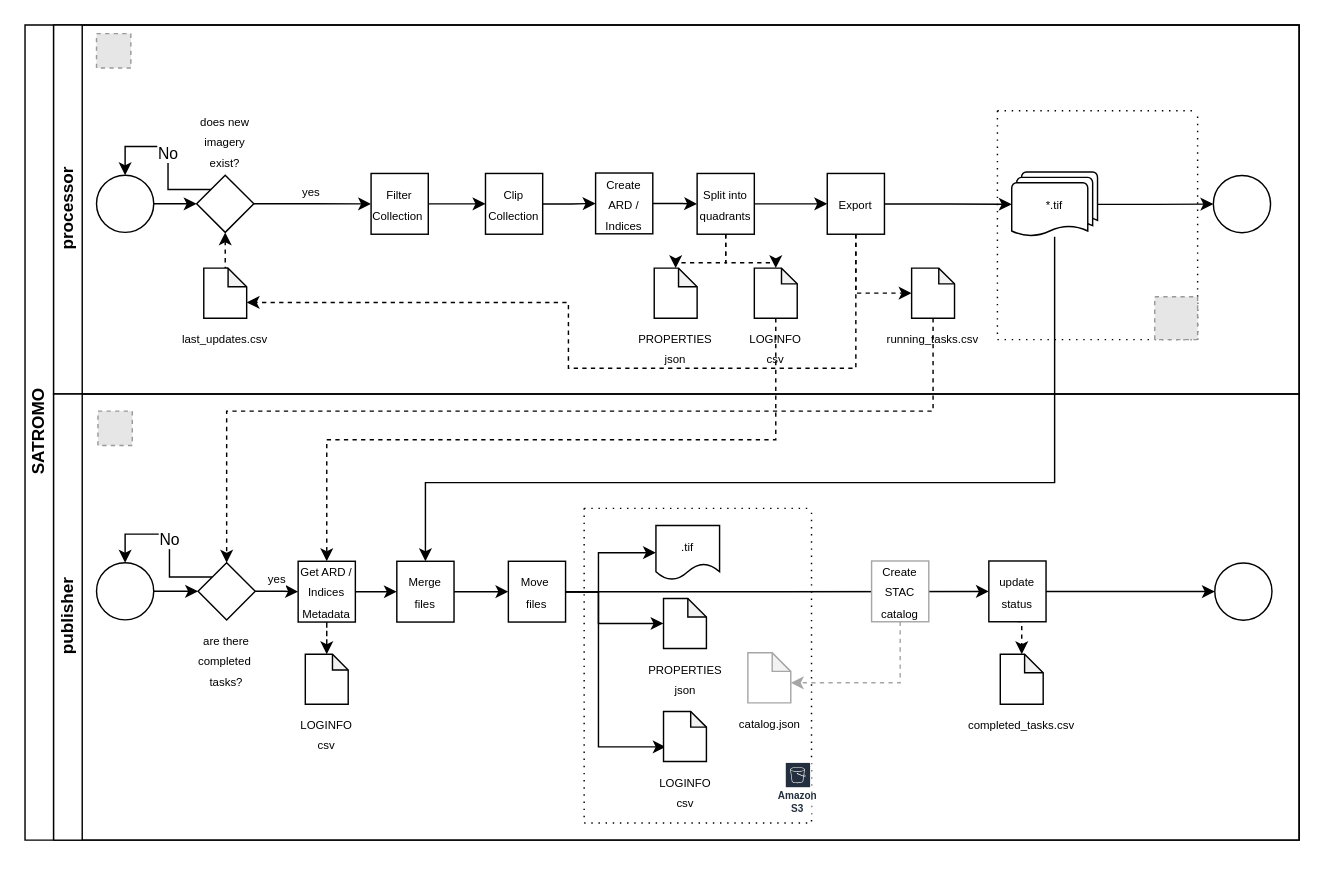
Above: satromo_processor.drawio in swisstopo/topo-satromo (draw.io), before the change. Source tidied: cells renumbered, new cells numbered last; positions are measured from the earlier drawing's top-left corner, leaving out a move shared by most shapes. Both pictures are drawn from the tidied source at 143%, with x=0, y=0 at pixel (24, 24). Pictures stored in the file or linked from it are replaced by grey dashed boxes.
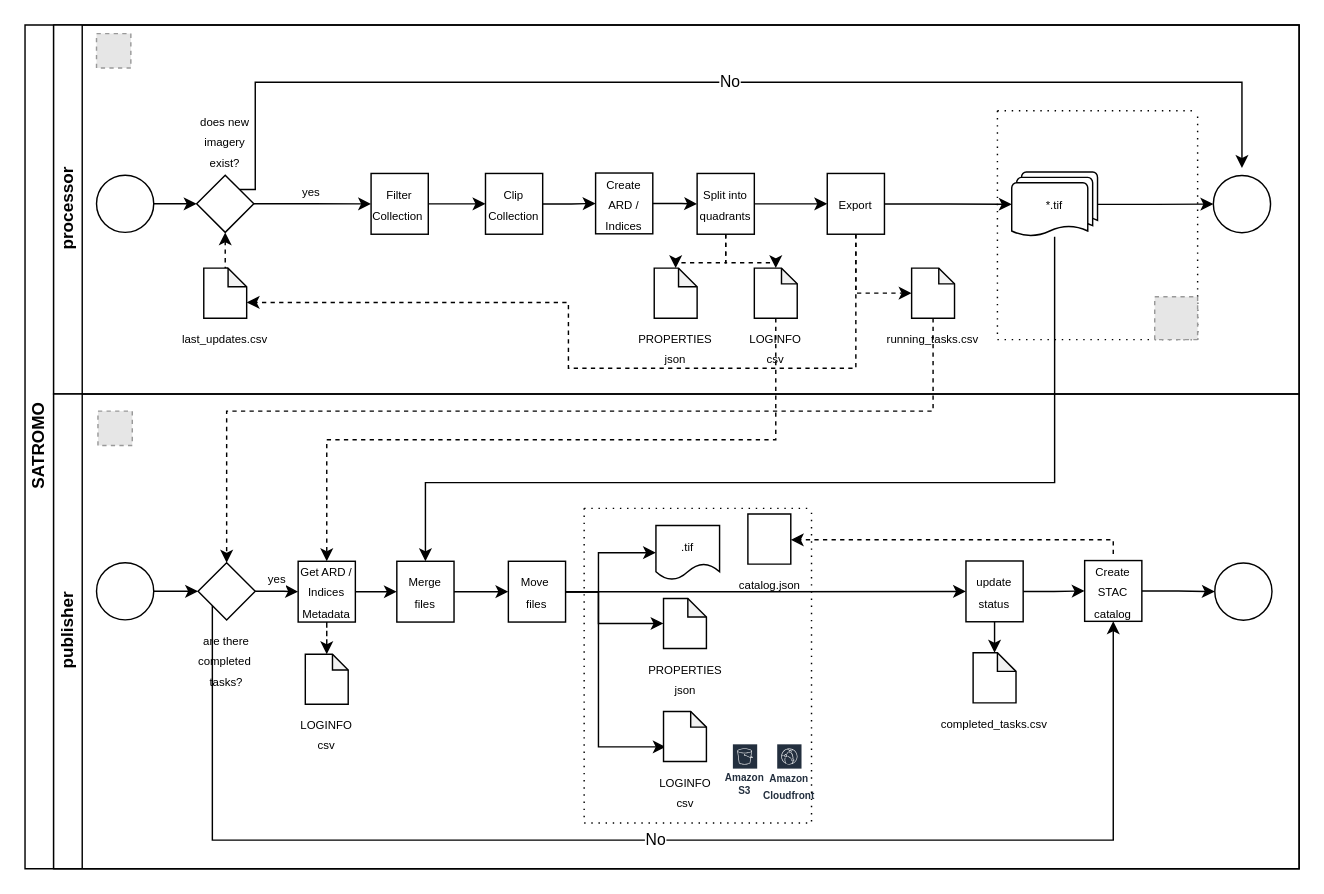
The same page after the edit.

The change refers to these unchanged cells:
```xml
<mxCell id="3" value="processor" style="swimlane;html=1;startSize=20;horizontal=0;" parent="2" vertex="1">
  <mxGeometry x="20" width="871" height="258" as="geometry" />
</mxCell>
<mxCell id="5" style="ellipse;whiteSpace=wrap;html=1;" parent="3" vertex="1">
  <mxGeometry x="30" y="105" width="40" height="40" as="geometry" />
</mxCell>
<mxCell id="9" value="&lt;font style=&quot;font-size: 8px;&quot;&gt;does&amp;nbsp;new imagery exist?&lt;/font&gt;" style="rhombus;whiteSpace=wrap;html=1;fontFamily=Helvetica;fontSize=12;fontColor=#000000;align=center;verticalAlign=bottom;labelPosition=center;verticalLabelPosition=top;" parent="3" vertex="1">
  <mxGeometry x="100" y="105" width="40" height="40" as="geometry" />
</mxCell>
<mxCell id="23" value="&lt;span style=&quot;font-size: 8px;&quot;&gt;LOGINFO csv&lt;/span&gt;" style="shape=note;whiteSpace=wrap;html=1;backgroundOutline=1;darkOpacity=0.05;size=11;labelPosition=center;verticalLabelPosition=bottom;align=center;verticalAlign=top;" parent="3" vertex="1">
  <mxGeometry x="490" y="170" width="30" height="35" as="geometry" />
</mxCell>
<mxCell id="27" value="&lt;span style=&quot;font-size: 8px;&quot;&gt;running_tasks.csv&lt;/span&gt;" style="shape=note;whiteSpace=wrap;html=1;backgroundOutline=1;darkOpacity=0.05;size=11;labelPosition=center;verticalLabelPosition=bottom;align=center;verticalAlign=top;" parent="3" vertex="1">
  <mxGeometry x="600" y="170" width="30" height="35" as="geometry" />
</mxCell>
<mxCell id="34" style="ellipse;whiteSpace=wrap;html=1;" parent="32" vertex="1">
  <mxGeometry x="30" y="118" width="40" height="40" as="geometry" />
</mxCell>
<mxCell id="37" value="&lt;span style=&quot;font-size: 8px;&quot;&gt;are there completed&amp;nbsp; tasks?&lt;/span&gt;" style="rhombus;whiteSpace=wrap;html=1;fontFamily=Helvetica;fontSize=12;fontColor=#000000;align=center;verticalAlign=top;labelPosition=center;verticalLabelPosition=bottom;" parent="32" vertex="1">
  <mxGeometry x="101" y="118" width="40" height="40" as="geometry" />
</mxCell>
<mxCell id="39" value="&lt;font style=&quot;font-size: 8px;&quot;&gt;Get ARD / Indices Metadata&lt;/font&gt;" style="rounded=0;whiteSpace=wrap;html=1;fontFamily=Helvetica;fontSize=12;fontColor=#000000;align=center;" parent="32" vertex="1">
  <mxGeometry x="171" y="117" width="40" height="42.5" as="geometry" />
</mxCell>
<mxCell id="46" style="swimlane;startSize=0;dashed=1;dashPattern=1 4;" parent="32" vertex="1">
  <mxGeometry x="371" y="80" width="159" height="220" as="geometry" />
</mxCell>
<mxCell id="53" style="ellipse;whiteSpace=wrap;html=1;" parent="32" vertex="1">
  <mxGeometry x="812" y="118.2" width="40" height="40" as="geometry" />
</mxCell>
```

The edit, as a diff of the source:
```diff
@@
     <mxCell id="2" value="SATROMO" style="swimlane;html=1;horizontal=0;startSize=20;" parent="1" vertex="1">
-      <mxGeometry width="891" height="570" as="geometry" />
+      <mxGeometry width="891" height="590" as="geometry" />
     </mxCell>
@@
-    <mxCell id="8" value="No" style="edgeStyle=orthogonalEdgeStyle;rounded=0;jettySize=auto;html=1;exitX=0;exitY=0;exitDx=0;exitDy=0;entryX=0.5;entryY=0;entryDx=0;entryDy=0;" parent="3" edge="1" source="9" target="5">
-      <mxGeometry relative="1" as="geometry" />
+    <mxCell id="8" value="No" style="edgeStyle=orthogonalEdgeStyle;rounded=0;jettySize=auto;html=1;exitX=1;exitY=0;exitDx=0;exitDy=0;" parent="3" edge="1" source="9">
+      <mxGeometry relative="1" as="geometry">
+        <mxPoint x="831" y="100" as="targetPoint" />
+        <Array as="points">
+          <mxPoint x="141" y="115" />
+          <mxPoint x="141" y="40" />
+          <mxPoint x="831" y="40" />
+        </Array>
+      </mxGeometry>
     </mxCell>
@@
+    <mxCell id="58" style="edgeStyle=orthogonalEdgeStyle;rounded=0;jettySize=auto;html=1;entryX=0.5;entryY=0;entryDx=0;entryDy=0;dashed=1;" parent="2" edge="1" source="27" target="37">
+      <mxGeometry relative="1" as="geometry">
+        <Array as="points">
+          <mxPoint x="635" y="270" />
+          <mxPoint x="141" y="270" />
+        </Array>
+      </mxGeometry>
+    </mxCell>
+    <mxCell id="59" style="edgeStyle=orthogonalEdgeStyle;rounded=0;jettySize=auto;html=1;entryX=0.5;entryY=0;entryDx=0;entryDy=0;dashed=1;" parent="2" edge="1" source="23" target="39">
+      <mxGeometry relative="1" as="geometry">
+        <Array as="points">
+          <mxPoint x="525" y="290" />
+          <mxPoint x="211" y="290" />
+        </Array>
+      </mxGeometry>
+    </mxCell>
     <mxCell id="32" value="publisher" style="swimlane;html=1;startSize=20;horizontal=0;" parent="2" vertex="1">
-      <mxGeometry x="20" y="258" width="871" height="312" as="geometry" />
+      <mxGeometry x="20" y="258" width="871" height="332" as="geometry" />
     </mxCell>
@@
-    <mxCell id="36" value="No" style="edgeStyle=orthogonalEdgeStyle;rounded=0;jettySize=auto;html=1;exitX=0;exitY=0;exitDx=0;exitDy=0;entryX=0.5;entryY=0;entryDx=0;entryDy=0;" parent="32" edge="1" source="37" target="34">
-      <mxGeometry relative="1" as="geometry" />
+    <mxCell id="36" value="No" style="edgeStyle=orthogonalEdgeStyle;rounded=0;jettySize=auto;html=1;exitX=0;exitY=1;exitDx=0;exitDy=0;entryX=0.5;entryY=1;entryDx=0;entryDy=0;" parent="32" edge="1" source="37" target="67">
+      <mxGeometry relative="1" as="geometry">
+        <Array as="points">
+          <mxPoint x="111" y="312" />
+          <mxPoint x="741" y="312" />
+        </Array>
+      </mxGeometry>
     </mxCell>
@@
-    <mxCell id="47" value="Amazon S3" style="sketch=0;fontColor=#232F3E;gradientColor=none;strokeColor=#ffffff;fillColor=#232F3E;dashed=1;verticalLabelPosition=middle;verticalAlign=bottom;align=center;html=1;whiteSpace=wrap;fontSize=7;fontStyle=1;spacing=3;shape=mxgraph.aws4.productIcon;prIcon=mxgraph.aws4.s3;dashPattern=1 4;" parent="46" vertex="1">
-      <mxGeometry x="140" y="177" width="19" height="41" as="geometry" />
+    <mxCell id="47" value="&lt;br&gt;&lt;br&gt;&lt;br&gt;Amazon S3" style="sketch=0;fontColor=#232F3E;gradientColor=none;strokeColor=#ffffff;fillColor=#232F3E;dashed=1;verticalLabelPosition=middle;verticalAlign=bottom;align=center;html=1;whiteSpace=wrap;fontSize=7;fontStyle=1;spacing=3;shape=mxgraph.aws4.productIcon;prIcon=mxgraph.aws4.s3;dashPattern=1 4;" parent="46" vertex="1">
+      <mxGeometry x="103" y="164" width="19" height="41" as="geometry" />
     </mxCell>
@@
-    <mxCell id="51" value="&lt;font style=&quot;font-size: 8px;&quot;&gt;catalog.json&lt;/font&gt;" style="shape=note;whiteSpace=wrap;html=1;backgroundOutline=1;darkOpacity=0.05;size=13;labelPosition=center;verticalLabelPosition=bottom;align=center;verticalAlign=top;strokeColor=#a6a6a6;" parent="46" vertex="1">
-      <mxGeometry x="114.5" y="101" width="30" height="35" as="geometry" />
+    <mxCell id="51" value="&lt;font style=&quot;font-size: 8px;&quot;&gt;catalog.json&lt;/font&gt;" style="shape=note;whiteSpace=wrap;html=1;backgroundOutline=1;darkOpacity=0.05;size=0;labelPosition=center;verticalLabelPosition=bottom;align=center;verticalAlign=top;strokeColor=#000000;" parent="46" vertex="1">
+      <mxGeometry x="114.5" y="4" width="30" height="35" as="geometry" />
     </mxCell>
@@
-    <mxCell id="54" style="edgeStyle=orthogonalEdgeStyle;rounded=0;jettySize=auto;html=1;entryX=0;entryY=0.5;entryDx=0;entryDy=0;" parent="32" edge="1" source="56" target="53">
+    <mxCell id="54" style="edgeStyle=orthogonalEdgeStyle;rounded=0;jettySize=auto;html=1;entryX=0;entryY=0.5;entryDx=0;entryDy=0;" parent="32" edge="1" source="67" target="53">
       <mxGeometry relative="1" as="geometry" />
     </mxCell>
-    <mxCell id="55" style="edgeStyle=orthogonalEdgeStyle;rounded=0;orthogonalLoop=1;jettySize=auto;html=1;entryX=0.5;entryY=0;entryDx=0;entryDy=0;entryPerimeter=0;dashed=1;" parent="32" edge="1">
-      <mxGeometry relative="1" as="geometry">
-        <mxPoint x="674" y="159.2" as="sourcePoint" />
-        <mxPoint x="677" y="182" as="targetPoint" />
-      </mxGeometry>
-    </mxCell>
+    <mxCell id="68" style="edgeStyle=orthogonalEdgeStyle;rounded=0;jettySize=auto;html=1;exitX=0.5;exitY=1;exitDx=0;exitDy=0;entryX=0.5;entryY=0;entryDx=0;entryDy=0;entryPerimeter=0;" parent="32" edge="1" source="56" target="57">
+      <mxGeometry relative="1" as="geometry" />
+    </mxCell>
     <mxCell id="56" value="&lt;font style=&quot;font-size: 8px;&quot;&gt;update status&lt;br&gt;&lt;/font&gt;" style="rounded=0;whiteSpace=wrap;html=1;fontFamily=Helvetica;fontSize=12;fontColor=#000000;align=center;" parent="32" vertex="1">
-      <mxGeometry x="654" y="116.8" width="40" height="42.5" as="geometry" />
+      <mxGeometry x="638" y="116.8" width="40" height="42.5" as="geometry" />
     </mxCell>
     <mxCell id="57" value="&lt;font style=&quot;font-size: 8px;&quot;&gt;completed_tasks.csv&lt;/font&gt;" style="shape=note;whiteSpace=wrap;html=1;backgroundOutline=1;darkOpacity=0.05;size=13;labelPosition=center;verticalLabelPosition=bottom;align=center;verticalAlign=top;" parent="32" vertex="1">
-      <mxGeometry x="662" y="182" width="30" height="35" as="geometry" />
+      <mxGeometry x="643" y="181" width="30" height="35" as="geometry" />
     </mxCell>
-    <mxCell id="58" style="edgeStyle=orthogonalEdgeStyle;rounded=0;jettySize=auto;html=1;entryX=0.5;entryY=0;entryDx=0;entryDy=0;dashed=1;" parent="2" edge="1" source="27" target="37">
-      <mxGeometry relative="1" as="geometry">
-        <Array as="points">
-          <mxPoint x="635" y="270" />
-          <mxPoint x="141" y="270" />
-        </Array>
-      </mxGeometry>
-    </mxCell>
-    <mxCell id="59" style="edgeStyle=orthogonalEdgeStyle;rounded=0;jettySize=auto;html=1;entryX=0.5;entryY=0;entryDx=0;entryDy=0;dashed=1;" parent="2" edge="1" source="23" target="39">
-      <mxGeometry relative="1" as="geometry">
-        <Array as="points">
-          <mxPoint x="525" y="290" />
-          <mxPoint x="211" y="290" />
-        </Array>
-      </mxGeometry>
-    </mxCell>
+    <mxCell id="67" value="&lt;font style=&quot;font-size: 8px;&quot;&gt;Create STAC catalog&lt;br&gt;&lt;/font&gt;" style="rounded=0;whiteSpace=wrap;html=1;fontFamily=Helvetica;fontSize=12;fontColor=#000000;align=center;strokeColor=#000000;" parent="32" vertex="1">
+      <mxGeometry x="721" y="116.5" width="40" height="42.5" as="geometry" />
+    </mxCell>
+    <mxCell id="69" style="edgeStyle=orthogonalEdgeStyle;rounded=0;jettySize=auto;html=1;entryX=0;entryY=0.5;entryDx=0;entryDy=0;" parent="32" edge="1" source="56" target="67">
+      <mxGeometry relative="1" as="geometry" />
+    </mxCell>
+    <mxCell id="66" style="edgeStyle=orthogonalEdgeStyle;rounded=0;jettySize=auto;html=1;dashed=1;strokeColor=#000000;" parent="32" edge="1" target="51">
+      <mxGeometry relative="1" as="geometry">
+        <mxPoint x="741" y="112" as="sourcePoint" />
+        <Array as="points">
+          <mxPoint x="741" y="102" />
+        </Array>
+      </mxGeometry>
+    </mxCell>
+    <mxCell id="70" value="&lt;font style=&quot;font-size: 7px;&quot;&gt;Amazon Cloudfront&lt;/font&gt;" style="sketch=0;fontColor=#232F3E;gradientColor=none;strokeColor=#ffffff;fillColor=#232F3E;dashed=0;verticalLabelPosition=middle;verticalAlign=bottom;align=center;html=1;whiteSpace=wrap;fontSize=10;fontStyle=1;spacing=3;shape=mxgraph.aws4.productIcon;prIcon=mxgraph.aws4.cloudfront;" parent="32" vertex="1">
+      <mxGeometry x="505" y="244" width="19" height="46" as="geometry" />
+    </mxCell>
@@
-    <mxCell id="66" style="edgeStyle=orthogonalEdgeStyle;rounded=0;jettySize=auto;html=1;dashed=1;strokeColor=#a6a6a6;" parent="1" edge="1" target="51">
-      <mxGeometry relative="1" as="geometry">
-        <mxPoint x="612" y="417.2" as="sourcePoint" />
-        <Array as="points">
-          <mxPoint x="612" y="460" />
-        </Array>
-      </mxGeometry>
-    </mxCell>
-    <mxCell id="67" value="&lt;font style=&quot;font-size: 8px;&quot;&gt;Create STAC catalog&lt;br&gt;&lt;/font&gt;" style="rounded=0;whiteSpace=wrap;html=1;fontFamily=Helvetica;fontSize=12;fontColor=#000000;align=center;strokeColor=#a6a6a6;" parent="1" vertex="1">
-      <mxGeometry x="592" y="374.8" width="40" height="42.5" as="geometry" />
-    </mxCell>
```
